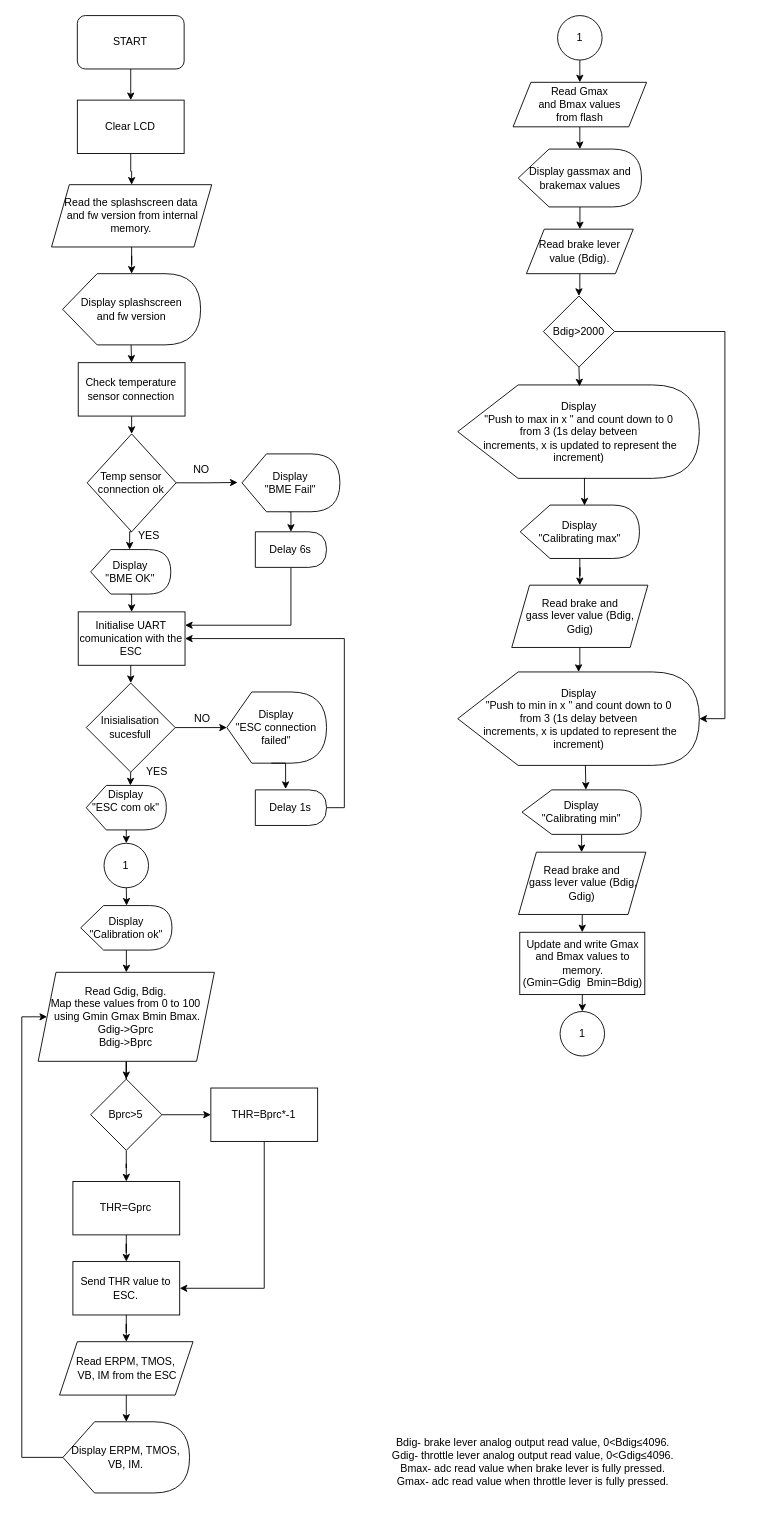
astra404/blockdiagram keeps this draw.io diagram as Diagram/Scooter UI.drawio. Above is the earlier version. Source tidied: cells renumbered, new cells numbered last; positions are measured from the earlier drawing's top-left corner, leaving out a move shared by most shapes. Both pictures are drawn from the tidied source at 89%, with x=0, y=0 at pixel (21, 15).
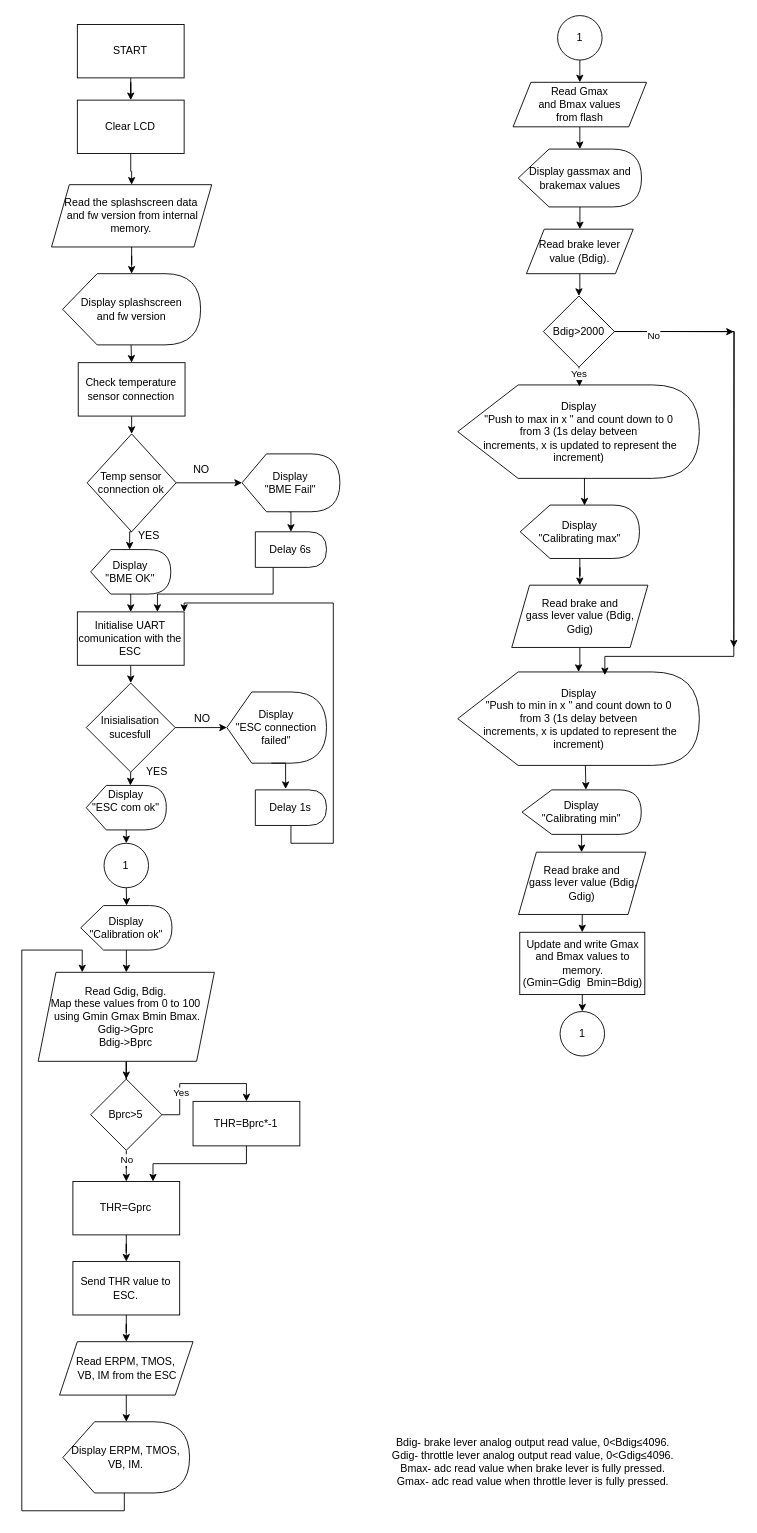
The same diagram, later.

Unchanged cells that the change refers to:
```xml
<mxCell id="5" value="Clear LCD" style="rounded=0;whiteSpace=wrap;html=1;" parent="1" vertex="1">
  <mxGeometry x="62.4" y="95" width="120" height="60" as="geometry" />
</mxCell>
<mxCell id="9" value="Temp sensor connection ok" style="rhombus;whiteSpace=wrap;html=1;" parent="1" vertex="1">
  <mxGeometry x="73.4" y="470" width="100" height="110" as="geometry" />
</mxCell>
<mxCell id="13" value="&lt;div&gt;Display &lt;br&gt;&lt;/div&gt;&lt;div&gt;&quot;BME Fail&quot;&lt;/div&gt;" style="shape=display;whiteSpace=wrap;html=1;" parent="1" vertex="1">
  <mxGeometry x="247.4" y="492.5" width="110" height="65" as="geometry" />
</mxCell>
<mxCell id="15" value="Delay 6s" style="shape=delay;whiteSpace=wrap;html=1;" parent="1" vertex="1">
  <mxGeometry x="262.4" y="580" width="80" height="40" as="geometry" />
</mxCell>
<mxCell id="23" value="Delay 1s" style="shape=delay;whiteSpace=wrap;html=1;" parent="1" vertex="1">
  <mxGeometry x="262.4" y="870" width="80" height="40" as="geometry" />
</mxCell>
<mxCell id="31" value="Bdig&amp;gt;2000" style="rhombus;whiteSpace=wrap;html=1;" parent="1" vertex="1">
  <mxGeometry x="586" y="315" width="80" height="80" as="geometry" />
</mxCell>
<mxCell id="39" value="&lt;div&gt;Display &lt;br&gt;&lt;/div&gt;&lt;div&gt;&quot;Push to min in x &quot; and count down to 0 &lt;br&gt;&lt;/div&gt;&lt;div&gt;from 3 (1s delay betveen&lt;/div&gt;&lt;div&gt;&amp;nbsp;increments, x is updated to represent the increment)&lt;/div&gt;" style="shape=display;whiteSpace=wrap;html=1;" parent="1" vertex="1">
  <mxGeometry x="489.8" y="737.5" width="271.5" height="105" as="geometry" />
</mxCell>
<mxCell id="55" style="edgeStyle=orthogonalEdgeStyle;rounded=0;jettySize=auto;html=1;exitX=0.5;exitY=1;exitDx=0;exitDy=0;entryX=0.504;entryY=0.016;entryDx=0;entryDy=0;entryPerimeter=0;" parent="1" edge="1" source="31" target="32">
  <mxGeometry relative="1" as="geometry" />
</mxCell>
<mxCell id="59" style="edgeStyle=orthogonalEdgeStyle;rounded=0;jettySize=auto;html=1;" parent="1" edge="1" source="60" target="64">
  <mxGeometry relative="1" as="geometry" />
</mxCell>
<mxCell id="60" value="Bprc&amp;gt;5" style="rhombus;whiteSpace=wrap;html=1;" parent="1" vertex="1">
  <mxGeometry x="77.4" y="1195" width="80" height="80" as="geometry" />
</mxCell>
<mxCell id="64" value="THR=Gprc" style="rounded=0;whiteSpace=wrap;html=1;" parent="1" vertex="1">
  <mxGeometry x="57.4" y="1310" width="120" height="60" as="geometry" />
</mxCell>
<mxCell id="66" value="Send THR value to ESC." style="rounded=0;whiteSpace=wrap;html=1;" parent="1" vertex="1">
  <mxGeometry x="57.4" y="1400" width="120" height="60" as="geometry" />
</mxCell>
<mxCell id="68" value="Display ERPM, TMOS, VB, IM." style="shape=display;whiteSpace=wrap;html=1;" parent="1" vertex="1">
  <mxGeometry x="46.2" y="1580" width="142.3" height="80" as="geometry" />
</mxCell>
<mxCell id="72" value="&lt;br&gt;&lt;div&gt;Read Gdig, Bdig. &lt;br&gt;&lt;/div&gt;&lt;div&gt;Map these values from 0 to 100&lt;/div&gt;&lt;div&gt;&amp;nbsp;using Gmin Gmax Bmin Bmax.&lt;/div&gt;&lt;div&gt;Gdig-&amp;gt;Gprc&lt;/div&gt;&lt;div&gt;Bdig-&amp;gt;Bprc&lt;br&gt;&lt;/div&gt;&lt;div&gt;&lt;br/&gt;&lt;/div&gt;" style="shape=parallelogram;perimeter=parallelogramPerimeter;whiteSpace=wrap;html=1;fixedSize=1;" parent="1" vertex="1">
  <mxGeometry x="18.4" y="1075" width="198" height="100" as="geometry" />
</mxCell>
```

What changed in the source:
```diff
@@
-    <mxCell id="2" style="edgeStyle=orthogonalEdgeStyle;rounded=0;jettySize=auto;html=1;exitX=0.5;exitY=1;exitDx=0;exitDy=0;entryX=0.5;entryY=0;entryDx=0;entryDy=0;" parent="1" edge="1" source="3" target="5">
-      <mxGeometry relative="1" as="geometry" />
-    </mxCell>
-    <mxCell id="3" value="START" style="rounded=1;whiteSpace=wrap;html=1;" parent="1" vertex="1">
-      <mxGeometry x="62.4" width="120" height="60" as="geometry" />
-    </mxCell>
@@
-    <mxCell id="8" style="edgeStyle=orthogonalEdgeStyle;rounded=0;jettySize=auto;html=1;exitX=1;exitY=0.5;exitDx=0;exitDy=0;" parent="1" edge="1" source="9">
-      <mxGeometry relative="1" as="geometry">
-        <mxPoint x="242.4" y="524.6" as="targetPoint" />
-      </mxGeometry>
+    <mxCell id="8" style="edgeStyle=orthogonalEdgeStyle;rounded=0;jettySize=auto;html=1;exitX=1;exitY=0.5;exitDx=0;exitDy=0;entryX=0;entryY=0.5;entryDx=0;entryDy=0;entryPerimeter=0;" parent="1" edge="1" source="9" target="13">
+      <mxGeometry relative="1" as="geometry" />
     </mxCell>
@@
-    <mxCell id="14" style="edgeStyle=orthogonalEdgeStyle;rounded=0;jettySize=auto;html=1;exitX=0.5;exitY=1;exitDx=0;exitDy=0;entryX=1;entryY=0.25;entryDx=0;entryDy=0;" parent="1" edge="1" source="15" target="19">
-      <mxGeometry relative="1" as="geometry" />
+    <mxCell id="14" style="edgeStyle=orthogonalEdgeStyle;rounded=0;jettySize=auto;html=1;exitX=0.25;exitY=1;exitDx=0;exitDy=0;entryX=0.75;entryY=0;entryDx=0;entryDy=0;" parent="1" edge="1" source="15" target="19">
+      <mxGeometry relative="1" as="geometry">
+        <Array as="points">
+          <mxPoint x="282" y="650" />
+          <mxPoint x="153" y="650" />
+        </Array>
+      </mxGeometry>
     </mxCell>
@@
     <mxCell id="19" value="Initialise UART comunication with the ESC" style="rounded=0;whiteSpace=wrap;html=1;" parent="1" vertex="1">
-      <mxGeometry x="63.4" y="670" width="120" height="60" as="geometry" />
+      <mxGeometry x="62.4" y="670" width="120" height="60" as="geometry" />
     </mxCell>
@@
-    <mxCell id="22" style="edgeStyle=orthogonalEdgeStyle;rounded=0;jettySize=auto;html=1;exitX=1;exitY=0.5;exitDx=0;exitDy=0;entryX=1;entryY=0.5;entryDx=0;entryDy=0;" parent="1" edge="1" source="23" target="19">
-      <mxGeometry relative="1" as="geometry" />
+    <mxCell id="22" style="edgeStyle=orthogonalEdgeStyle;rounded=0;jettySize=auto;html=1;exitX=0.5;exitY=1;exitDx=0;exitDy=0;entryX=1;entryY=0;entryDx=0;entryDy=0;" parent="1" edge="1" source="23" target="19">
+      <mxGeometry relative="1" as="geometry">
+        <Array as="points">
+          <mxPoint x="302" y="930" />
+          <mxPoint x="350" y="930" />
+          <mxPoint x="350" y="660" />
+          <mxPoint x="183" y="660" />
+        </Array>
+      </mxGeometry>
     </mxCell>
@@
+    <mxCell id="82" style="edgeStyle=orthogonalEdgeStyle;rounded=0;jettySize=auto;html=1;exitX=1;exitY=0.5;exitDx=0;exitDy=0;" parent="1" edge="1" source="31">
+      <mxGeometry relative="1" as="geometry">
+        <mxPoint x="800" y="355.2" as="targetPoint" />
+      </mxGeometry>
+    </mxCell>
+    <mxCell id="83" style="edgeStyle=orthogonalEdgeStyle;rounded=0;jettySize=auto;html=1;exitX=1;exitY=0.5;exitDx=0;exitDy=0;" parent="1" edge="1" source="31">
+      <mxGeometry relative="1" as="geometry">
+        <mxPoint x="800" y="710" as="targetPoint" />
+      </mxGeometry>
+    </mxCell>
@@
+    <mxCell id="84" value="&lt;div&gt;Yes&lt;/div&gt;" style="edgeLabel;html=1;align=center;verticalAlign=middle;" parent="55" vertex="1">
+      <mxGeometry x="-0.37" y="-1" relative="1" as="geometry" />
+    </mxCell>
@@
-    <mxCell id="58" style="edgeStyle=orthogonalEdgeStyle;rounded=0;jettySize=auto;html=1;" parent="1" edge="1" source="60" target="62">
+    <mxCell id="58" style="edgeStyle=orthogonalEdgeStyle;rounded=0;jettySize=auto;html=1;entryX=0.5;entryY=0;entryDx=0;entryDy=0;" parent="1" edge="1" source="60" target="62">
       <mxGeometry relative="1" as="geometry" />
     </mxCell>
+    <mxCell id="85" value="Yes" style="edgeLabel;html=1;align=center;verticalAlign=middle;" parent="58" vertex="1">
+      <mxGeometry x="-0.4" y="-1" relative="1" as="geometry" />
+    </mxCell>
@@
+    <mxCell id="86" value="No" style="edgeLabel;html=1;align=center;verticalAlign=middle;" parent="59" vertex="1">
+      <mxGeometry x="-0.54" relative="1" as="geometry" />
+    </mxCell>
@@
-    <mxCell id="61" style="edgeStyle=orthogonalEdgeStyle;rounded=0;jettySize=auto;html=1;exitX=0.5;exitY=1;exitDx=0;exitDy=0;entryX=1;entryY=0.5;entryDx=0;entryDy=0;" parent="1" edge="1" source="62" target="66">
-      <mxGeometry relative="1" as="geometry" />
-    </mxCell>
+    <mxCell id="87" style="edgeStyle=orthogonalEdgeStyle;rounded=0;jettySize=auto;html=1;exitX=0.5;exitY=1;exitDx=0;exitDy=0;entryX=0.75;entryY=0;entryDx=0;entryDy=0;" parent="1" edge="1" source="62" target="64">
+      <mxGeometry relative="1" as="geometry" />
+    </mxCell>
     <mxCell id="62" value="THR=Bprc*-1" style="rounded=0;whiteSpace=wrap;html=1;" parent="1" vertex="1">
-      <mxGeometry x="212.4" y="1205" width="120" height="60" as="geometry" />
+      <mxGeometry x="192.4" y="1220" width="120" height="50" as="geometry" />
     </mxCell>
@@
-    <mxCell id="67" style="edgeStyle=orthogonalEdgeStyle;rounded=0;jettySize=auto;html=1;exitX=0;exitY=0.5;exitDx=0;exitDy=0;exitPerimeter=0;" parent="1" edge="1" source="68" target="72">
+    <mxCell id="67" style="edgeStyle=orthogonalEdgeStyle;rounded=0;jettySize=auto;html=1;exitX=0;exitY=0;exitDx=68.95625000000001;exitDy=80;exitPerimeter=0;entryX=0.25;entryY=0;entryDx=0;entryDy=0;" parent="1" edge="1" source="68" target="72">
       <mxGeometry relative="1" as="geometry">
         <Array as="points">
-          <mxPoint y="1620" />
-          <mxPoint y="1125" />
+          <mxPoint x="115" y="1680" />
+          <mxPoint y="1680" />
+          <mxPoint y="1050" />
+          <mxPoint x="68" y="1050" />
         </Array>
       </mxGeometry>
     </mxCell>
@@
-    <mxCell id="79" style="edgeStyle=orthogonalEdgeStyle;rounded=0;jettySize=auto;html=1;exitX=1;exitY=0.5;exitDx=0;exitDy=0;entryX=1;entryY=0.5;entryDx=0;entryDy=0;entryPerimeter=0;" parent="1" edge="1" source="31" target="39">
-      <mxGeometry relative="1" as="geometry">
-        <Array as="points">
-          <mxPoint x="790" y="355" />
-          <mxPoint x="790" y="790" />
-        </Array>
-      </mxGeometry>
-    </mxCell>
@@
+    <mxCell id="79" style="edgeStyle=orthogonalEdgeStyle;rounded=0;jettySize=auto;html=1;exitX=1;exitY=0.5;exitDx=0;exitDy=0;entryX=0.609;entryY=0.034;entryDx=0;entryDy=0;entryPerimeter=0;" parent="1" edge="1" source="31" target="39">
+      <mxGeometry relative="1" as="geometry">
+        <Array as="points">
+          <mxPoint x="800" y="355" />
+          <mxPoint x="800" y="720" />
+          <mxPoint x="655" y="720" />
+        </Array>
+      </mxGeometry>
+    </mxCell>
+    <mxCell id="88" value="&lt;div&gt;No&lt;br&gt;&lt;/div&gt;" style="edgeLabel;html=1;align=center;verticalAlign=middle;" parent="79" vertex="1">
+      <mxGeometry x="-0.87" y="-4" relative="1" as="geometry" />
+    </mxCell>
+    <mxCell id="2" style="edgeStyle=orthogonalEdgeStyle;rounded=0;jettySize=auto;html=1;" parent="1" edge="1" source="3" target="5">
+      <mxGeometry relative="1" as="geometry" />
+    </mxCell>
+    <mxCell id="3" value="START" style="rounded=0;whiteSpace=wrap;html=1;" parent="1" vertex="1">
+      <mxGeometry x="62.4" y="10" width="120" height="60" as="geometry" />
+    </mxCell>
```
